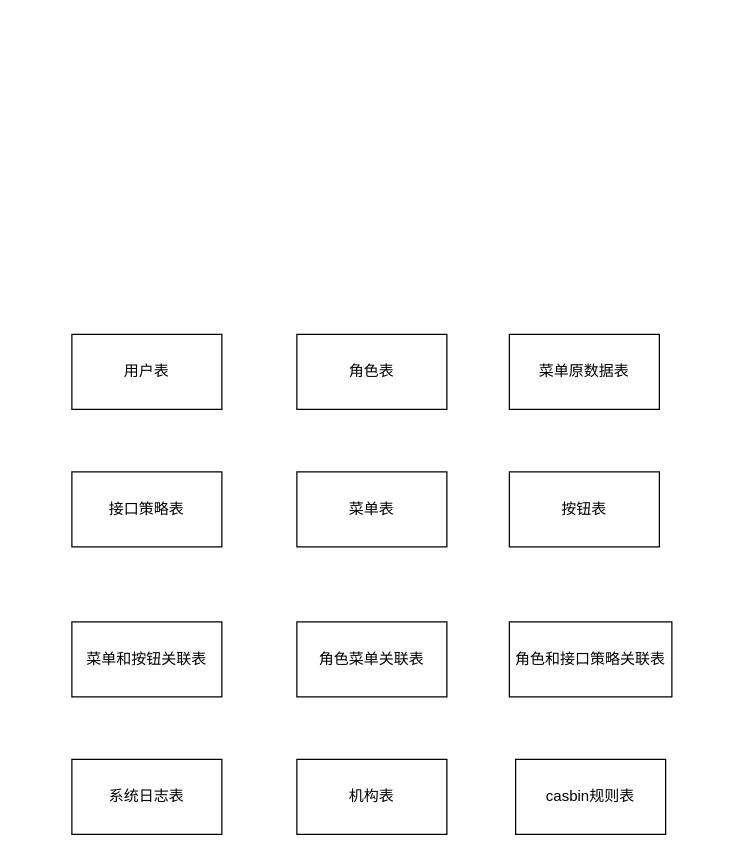
The draw.io diagram zk-iris系统模块流程图.drawio in chwnjianhui/draw.io, before the edit. Source tidied: cells renumbered, new cells numbered last; positions are measured from the earlier drawing's top-left corner, leaving out a move shared by most shapes. Both pictures are drawn from the tidied source at 125%, with x=0, y=0 at pixel (71, 334).
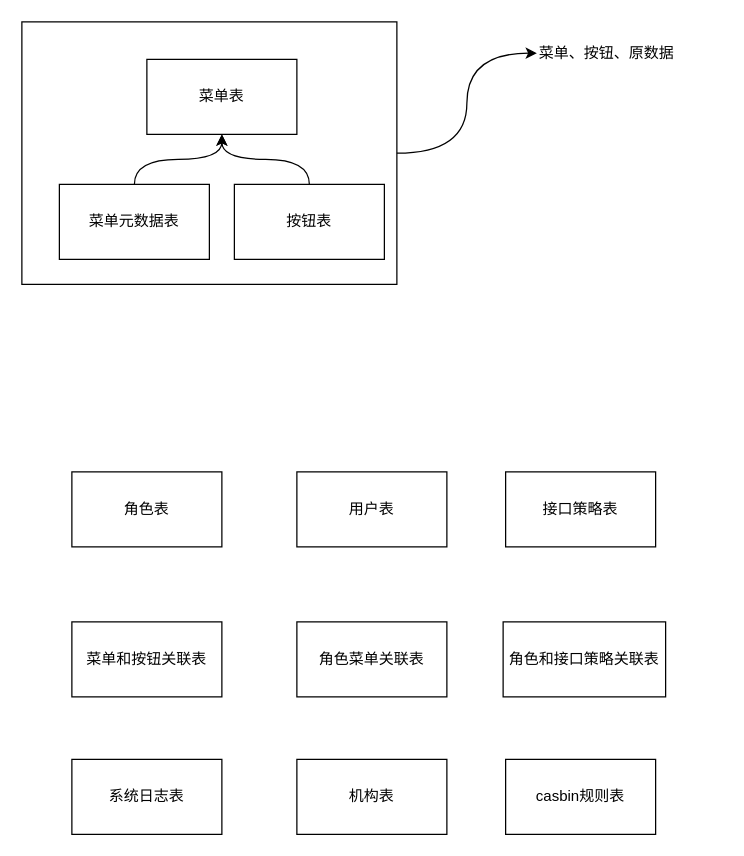
The same page after the edit.

Commit message (it also covers changes not shown here):
更新zk-iris系统模块流程图.drawio

What changed in the source:
```diff
@@
     <mxCell id="2" value="角色表" style="rounded=0;whiteSpace=wrap;html=1;" parent="1" vertex="1">
-      <mxGeometry x="180" width="120" height="60" as="geometry" />
+      <mxGeometry y="110" width="120" height="60" as="geometry" />
     </mxCell>
     <mxCell id="3" value="用户表" style="rounded=0;whiteSpace=wrap;html=1;" parent="1" vertex="1">
-      <mxGeometry width="120" height="60" as="geometry" />
+      <mxGeometry x="180" y="110" width="120" height="60" as="geometry" />
     </mxCell>
@@
-    <mxCell id="5" value="菜单表" style="rounded=0;whiteSpace=wrap;html=1;" parent="1" vertex="1">
-      <mxGeometry x="180" y="110" width="120" height="60" as="geometry" />
-    </mxCell>
     <mxCell id="6" value="接口策略表" style="rounded=0;whiteSpace=wrap;html=1;" parent="1" vertex="1">
-      <mxGeometry y="110" width="120" height="60" as="geometry" />
+      <mxGeometry x="347" y="110" width="120" height="60" as="geometry" />
     </mxCell>
-    <mxCell id="7" value="菜单原数据表" style="rounded=0;whiteSpace=wrap;html=1;" parent="1" vertex="1">
-      <mxGeometry x="350" width="120" height="60" as="geometry" />
-    </mxCell>
-    <mxCell id="8" value="按钮表" style="rounded=0;whiteSpace=wrap;html=1;" parent="1" vertex="1">
-      <mxGeometry x="350" y="110" width="120" height="60" as="geometry" />
-    </mxCell>
@@
     <mxCell id="10" value="角色和接口策略关联表" style="rounded=0;whiteSpace=wrap;html=1;" parent="1" vertex="1">
-      <mxGeometry x="350" y="230" width="130" height="60" as="geometry" />
+      <mxGeometry x="345" y="230" width="130" height="60" as="geometry" />
     </mxCell>
@@
     <mxCell id="13" value="casbin规则表" style="rounded=0;whiteSpace=wrap;html=1;" parent="1" vertex="1">
-      <mxGeometry x="355" y="340" width="120" height="60" as="geometry" />
+      <mxGeometry x="347" y="340" width="120" height="60" as="geometry" />
     </mxCell>
+    <mxCell id="14" style="group;" parent="1" vertex="1">
+      <mxGeometry x="-40" y="-250" width="300" height="210" as="geometry" />
+    </mxCell>
+    <mxCell id="15" style="rounded=0;whiteSpace=wrap;html=1;" parent="14" vertex="1">
+      <mxGeometry width="300" height="210" as="geometry" />
+    </mxCell>
+    <mxCell id="5" value="菜单表" style="rounded=0;whiteSpace=wrap;html=1;" parent="14" vertex="1">
+      <mxGeometry x="100" y="30" width="120" height="60" as="geometry" />
+    </mxCell>
+    <mxCell id="16" style="edgeStyle=orthogonalEdgeStyle;curved=1;rounded=0;jettySize=auto;html=1;exitX=0.5;exitY=0;exitDx=0;exitDy=0;entryX=0.5;entryY=1;entryDx=0;entryDy=0;" parent="14" edge="1" source="7" target="5">
+      <mxGeometry relative="1" as="geometry" />
+    </mxCell>
+    <mxCell id="7" value="菜单元数据表" style="rounded=0;whiteSpace=wrap;html=1;" parent="14" vertex="1">
+      <mxGeometry x="30" y="130" width="120" height="60" as="geometry" />
+    </mxCell>
+    <mxCell id="17" style="edgeStyle=orthogonalEdgeStyle;curved=1;rounded=0;jettySize=auto;html=1;exitX=0.5;exitY=0;exitDx=0;exitDy=0;" parent="14" edge="1" source="8" target="5">
+      <mxGeometry relative="1" as="geometry">
+        <Array as="points">
+          <mxPoint x="230" y="110" />
+          <mxPoint x="160" y="110" />
+        </Array>
+      </mxGeometry>
+    </mxCell>
+    <mxCell id="8" value="按钮表" style="rounded=0;whiteSpace=wrap;html=1;" parent="14" vertex="1">
+      <mxGeometry x="170" y="130" width="120" height="60" as="geometry" />
+    </mxCell>
+    <mxCell id="18" value="菜单、按钮、原数据" style="text;html=1;strokeColor=none;fillColor=none;align=left;verticalAlign=middle;whiteSpace=wrap;rounded=0;" parent="1" vertex="1">
+      <mxGeometry x="372" y="-240" width="148" height="30" as="geometry" />
+    </mxCell>
+    <mxCell id="19" style="edgeStyle=orthogonalEdgeStyle;curved=1;rounded=0;jettySize=auto;html=1;" parent="1" edge="1" source="15" target="18">
+      <mxGeometry relative="1" as="geometry" />
+    </mxCell>
```
